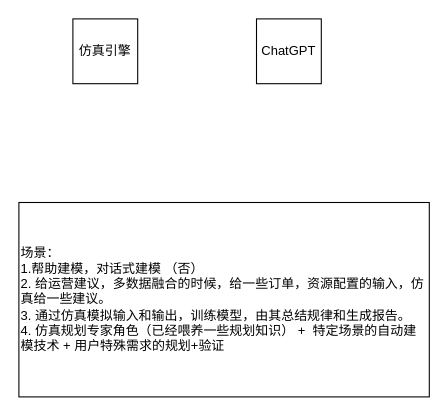
Above: 仿真+chatGPT架构图.drawio in longwoqiankun/drawio (draw.io), before the change. Source tidied: cells renumbered, new cells numbered last; positions are measured from the earlier drawing's top-left corner, leaving out a move shared by most shapes. Both pictures are drawn from the tidied source at 108%, with x=0, y=0 at pixel (18, 18).
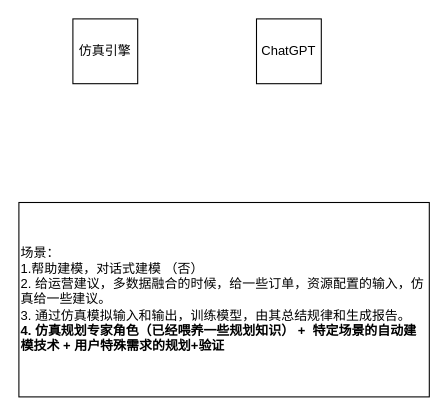
The same diagram, later.

Commit message (it also covers changes not shown here):
更新仿真+chatGPT架构图.drawio

Diff of the diagram source:
```diff
@@
 <mxGraphModel>
   <root>
     <mxCell id="0" />
     <mxCell id="1" parent="0" />
     <mxCell id="2" value="仿真引擎" style="whiteSpace=wrap;html=1;" parent="1" vertex="1">
       <mxGeometry x="50" width="60" height="60" as="geometry" />
     </mxCell>
     <mxCell id="3" value="ChatGPT" style="whiteSpace=wrap;html=1;" parent="1" vertex="1">
       <mxGeometry x="220" width="60" height="60" as="geometry" />
     </mxCell>
-    <mxCell id="4" value="场景：&lt;br&gt;1.帮助建模，对话式建模 （否）&lt;br&gt;2. 给运营建议，多数据融合的时候，给一些订单，资源配置的输入，仿真给一些建议。&lt;br&gt;3. 通过仿真模拟输入和输出，训练模型，由其总结规律和生成报告。&lt;br&gt;4. 仿真规划专家角色（已经喂养一些规划知识） +&amp;nbsp; 特定场景的自动建模技术 + 用户特殊需求的规划+验证" style="rounded=0;whiteSpace=wrap;html=1;align=left;" parent="1" vertex="1">
+    <mxCell id="4" value="场景：&lt;br&gt;1.帮助建模，对话式建模 （否）&lt;br&gt;2. 给运营建议，多数据融合的时候，给一些订单，资源配置的输入，仿真给一些建议。&lt;br&gt;3. 通过仿真模拟输入和输出，训练模型，由其总结规律和生成报告。&lt;br&gt;&lt;b&gt;4. 仿真规划专家角色（已经喂养一些规划知识） +&amp;nbsp; 特定场景的自动建模技术 + 用户特殊需求的规划+验证&lt;/b&gt;" style="rounded=0;whiteSpace=wrap;html=1;align=left;" parent="1" vertex="1">
       <mxGeometry y="170" width="380" height="180" as="geometry" />
     </mxCell>
   </root>
 </mxGraphModel>
```
